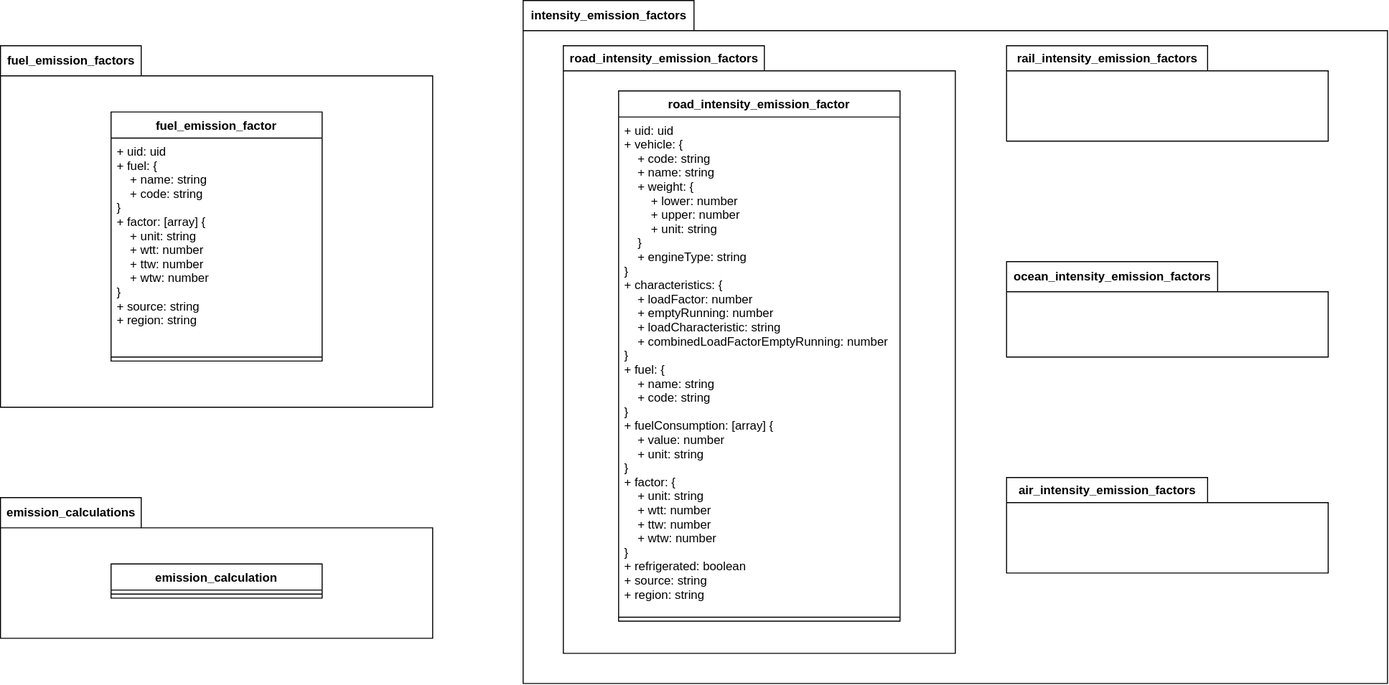
Earlier version of the draw.io export documentation/database-schema/DatabaseSchema.svg (Niklas-Mezynski/fontys-sofa-project-pharox-ghg-emissions-calculation). Source tidied: cells renumbered, new cells last; positions are measured from the earlier drawing's top-left corner, leaving out a move shared by most shapes.
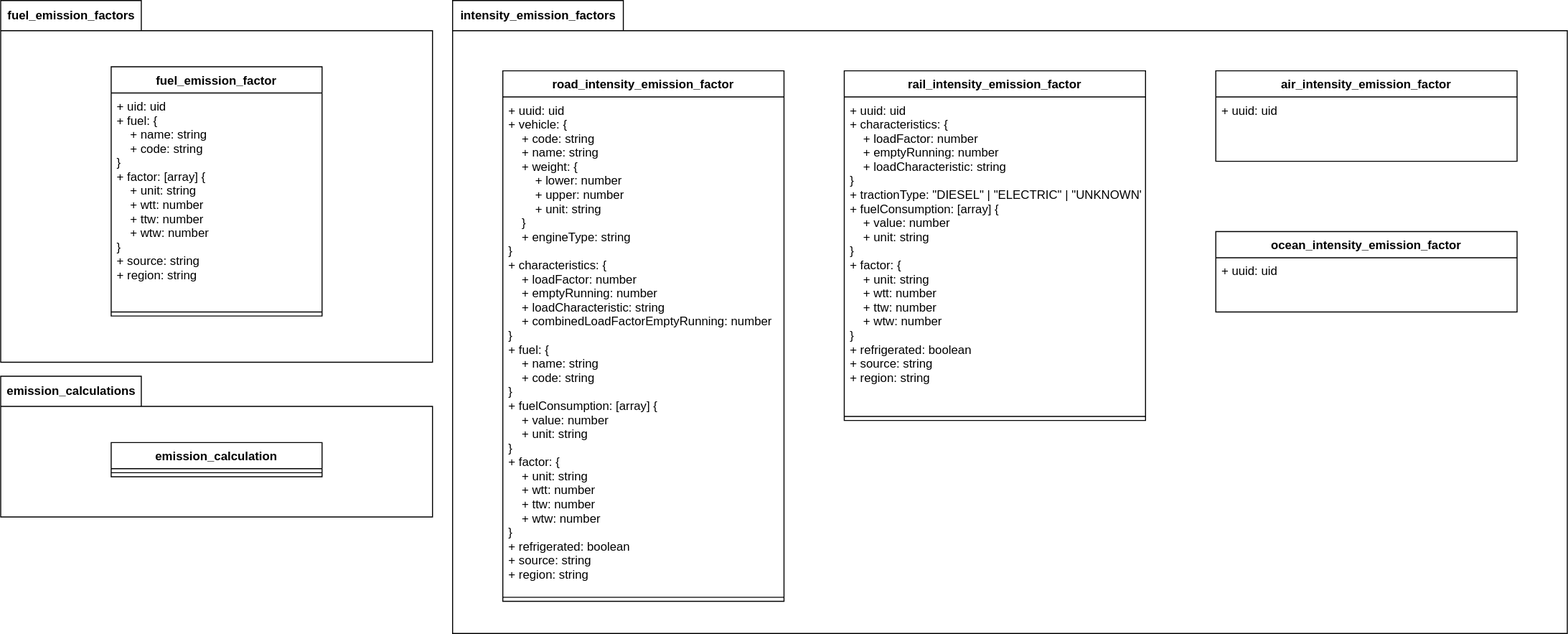
The same file after the commit.

The edit, as a diff of the source:
```diff
@@ -3,7 +3,7 @@
     <mxCell id="0" />
     <mxCell id="1" parent="0" />
     <mxCell id="2" value="fuel_emission_factors" style="shape=folder;fontStyle=1;tabWidth=140;tabHeight=30;tabPosition=left;html=1;boundedLbl=1;labelInHeader=1;" parent="1" vertex="1">
-      <mxGeometry y="45" width="430" height="360" as="geometry" />
+      <mxGeometry x="70" width="430" height="360" as="geometry" />
     </mxCell>
     <mxCell id="3" value="fuel_emission_factor" style="swimlane;fontStyle=1;align=center;verticalAlign=top;horizontal=1;startSize=26;" parent="2" vertex="1">
       <mxGeometry x="110" y="66" width="210" height="248" as="geometry" />
@@ -15,31 +15,40 @@
       <mxGeometry y="240" width="210" height="8" as="geometry" />
     </mxCell>
     <mxCell id="6" value="intensity_emission_factors" style="shape=folder;fontStyle=1;tabWidth=170;tabHeight=30;tabPosition=left;html=1;boundedLbl=1;labelInHeader=1;" parent="1" vertex="1">
-      <mxGeometry x="520" width="860" height="680" as="geometry" />
+      <mxGeometry x="520" width="1110" height="630" as="geometry" />
     </mxCell>
-    <mxCell id="7" value="road_intensity_emission_factors" style="shape=folder;fontStyle=1;tabWidth=200;tabHeight=25;tabPosition=left;html=1;boundedLbl=1;labelInHeader=1;" parent="6" vertex="1">
-      <mxGeometry x="40" y="45" width="390" height="605" as="geometry" />
-    </mxCell>
-    <mxCell id="8" value="road_intensity_emission_factor" style="swimlane;fontStyle=1;align=center;verticalAlign=top;horizontal=1;startSize=26;" parent="7" vertex="1">
-      <mxGeometry x="55" y="45" width="280" height="528" as="geometry" />
+    <mxCell id="8" value="road_intensity_emission_factor" style="swimlane;fontStyle=1;align=center;verticalAlign=top;horizontal=1;startSize=26;" parent="6" vertex="1">
+      <mxGeometry x="50" y="70" width="280" height="528" as="geometry" />
     </mxCell>
-    <mxCell id="9" value="+ uid: uid&#10;+ vehicle: {&#10;    + code: string&#10;    + name: string&#10;    + weight: {&#10;        + lower: number&#10;        + upper: number&#10;        + unit: string&#10;    }&#10;    + engineType: string&#10;}&#10;+ characteristics: {&#10;    + loadFactor: number&#10;    + emptyRunning: number&#10;    + loadCharacteristic: string&#10;    + combinedLoadFactorEmptyRunning: number&#10;}&#10;+ fuel: {&#10;    + name: string&#10;    + code: string&#10;}&#10;+ fuelConsumption: [array] {&#10;    + value: number&#10;    + unit: string&#10;}&#10;+ factor: {    &#10;    + unit: string&#10;    + wtt: number&#10;    + ttw: number&#10;    + wtw: number&#10;}&#10;+ refrigerated: boolean&#10;+ source: string&#10;+ region: string" style="text;strokeColor=none;fillColor=none;align=left;verticalAlign=top;spacingLeft=4;spacingRight=4;overflow=hidden;" parent="8" vertex="1">
+    <mxCell id="9" value="+ uuid: uid&#10;+ vehicle: {&#10;    + code: string&#10;    + name: string&#10;    + weight: {&#10;        + lower: number&#10;        + upper: number&#10;        + unit: string&#10;    }&#10;    + engineType: string&#10;}&#10;+ characteristics: {&#10;    + loadFactor: number&#10;    + emptyRunning: number&#10;    + loadCharacteristic: string&#10;    + combinedLoadFactorEmptyRunning: number&#10;}&#10;+ fuel: {&#10;    + name: string&#10;    + code: string&#10;}&#10;+ fuelConsumption: [array] {&#10;    + value: number&#10;    + unit: string&#10;}&#10;+ factor: {    &#10;    + unit: string&#10;    + wtt: number&#10;    + ttw: number&#10;    + wtw: number&#10;}&#10;+ refrigerated: boolean&#10;+ source: string&#10;+ region: string" style="text;strokeColor=none;fillColor=none;align=left;verticalAlign=top;spacingLeft=4;spacingRight=4;overflow=hidden;" parent="8" vertex="1">
       <mxGeometry y="26" width="280" height="494" as="geometry" />
     </mxCell>
     <mxCell id="10" style="line;strokeWidth=1;fillColor=none;align=left;verticalAlign=middle;spacingTop=-1;spacingLeft=3;spacingRight=3;labelPosition=right;strokeColor=inherit;" parent="8" vertex="1">
       <mxGeometry y="520" width="280" height="8" as="geometry" />
     </mxCell>
-    <mxCell id="11" value="rail_intensity_emission_factors" style="shape=folder;fontStyle=1;tabWidth=200;tabHeight=25;tabPosition=left;html=1;boundedLbl=1;labelInHeader=1;" parent="6" vertex="1">
-      <mxGeometry x="481" y="45" width="320" height="95" as="geometry" />
-    </mxCell>
-    <mxCell id="12" value="ocean_intensity_emission_factors" style="shape=folder;fontStyle=1;tabWidth=210;tabHeight=30;tabPosition=left;html=1;boundedLbl=1;labelInHeader=1;" parent="6" vertex="1">
-      <mxGeometry x="481" y="260" width="320" height="95" as="geometry" />
-    </mxCell>
-    <mxCell id="13" value="air_intensity_emission_factors" style="shape=folder;fontStyle=1;tabWidth=200;tabHeight=25;tabPosition=left;html=1;boundedLbl=1;labelInHeader=1;" parent="6" vertex="1">
-      <mxGeometry x="481" y="475" width="320" height="95" as="geometry" />
-    </mxCell>
+    <mxCell id="17" value="rail_intensity_emission_factor" style="swimlane;fontStyle=1;align=center;verticalAlign=top;horizontal=1;startSize=26;" parent="6" vertex="1">
+      <mxGeometry x="390" y="70" width="300" height="348" as="geometry" />
+    </mxCell>
+    <mxCell id="18" value="+ uuid: uid&#10;+ characteristics: {&#10;    + loadFactor: number&#10;    + emptyRunning: number&#10;    + loadCharacteristic: string&#10;}&#10;+ tractionType: &quot;DIESEL&quot; | &quot;ELECTRIC&quot; | &quot;UNKNOWN&quot;&#10;+ fuelConsumption: [array] {&#10;    + value: number&#10;    + unit: string&#10;}&#10;+ factor: {    &#10;    + unit: string&#10;    + wtt: number&#10;    + ttw: number&#10;    + wtw: number&#10;}&#10;+ refrigerated: boolean&#10;+ source: string&#10;+ region: string" style="text;strokeColor=none;fillColor=none;align=left;verticalAlign=top;spacingLeft=4;spacingRight=4;overflow=hidden;" parent="17" vertex="1">
+      <mxGeometry y="26" width="300" height="314" as="geometry" />
+    </mxCell>
+    <mxCell id="19" style="line;strokeWidth=1;fillColor=none;align=left;verticalAlign=middle;spacingTop=-1;spacingLeft=3;spacingRight=3;labelPosition=right;strokeColor=inherit;" parent="17" vertex="1">
+      <mxGeometry y="340" width="300" height="8" as="geometry" />
+    </mxCell>
+    <mxCell id="20" value="air_intensity_emission_factor" style="swimlane;fontStyle=1;align=center;verticalAlign=top;horizontal=1;startSize=26;" parent="6" vertex="1">
+      <mxGeometry x="760" y="70" width="300" height="90" as="geometry" />
+    </mxCell>
+    <mxCell id="21" value="+ uuid: uid" style="text;strokeColor=none;fillColor=none;align=left;verticalAlign=top;spacingLeft=4;spacingRight=4;overflow=hidden;" parent="20" vertex="1">
+      <mxGeometry y="26" width="300" height="64" as="geometry" />
+    </mxCell>
+    <mxCell id="22" value="ocean_intensity_emission_factor" style="swimlane;fontStyle=1;align=center;verticalAlign=top;horizontal=1;startSize=26;" parent="6" vertex="1">
+      <mxGeometry x="760" y="230" width="300" height="80" as="geometry" />
+    </mxCell>
+    <mxCell id="23" value="+ uuid: uid" style="text;strokeColor=none;fillColor=none;align=left;verticalAlign=top;spacingLeft=4;spacingRight=4;overflow=hidden;" parent="22" vertex="1">
+      <mxGeometry y="26" width="300" height="54" as="geometry" />
+    </mxCell>
     <mxCell id="14" value="emission_calculations" style="shape=folder;fontStyle=1;tabWidth=140;tabHeight=30;tabPosition=left;html=1;boundedLbl=1;labelInHeader=1;" parent="1" vertex="1">
-      <mxGeometry y="495" width="430" height="140" as="geometry" />
+      <mxGeometry x="70" y="374" width="430" height="140" as="geometry" />
     </mxCell>
     <mxCell id="15" value="emission_calculation" style="swimlane;fontStyle=1;align=center;verticalAlign=top;horizontal=1;startSize=26;" parent="14" vertex="1">
       <mxGeometry x="110" y="66" width="210" height="34" as="geometry" />
```
